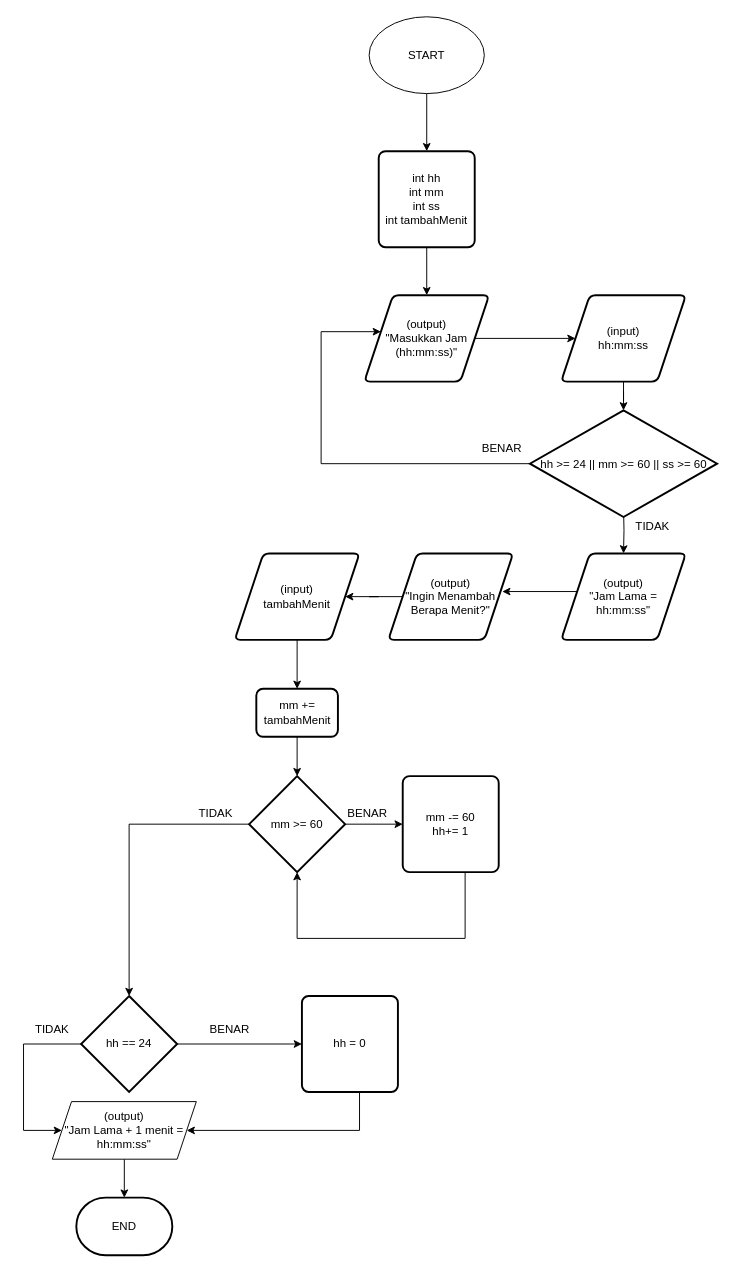
ammarsufyan/HIMTI-LC-D keeps this draw.io diagram as LC Request/Request Pertama/Soal A/Nomor2.drawio. Above is the earlier version. Source tidied: cells renumbered, new cells numbered last; positions are measured from the earlier drawing's top-left corner, leaving out a move shared by most shapes. Both pictures are drawn from the tidied source at 96%, with x=0, y=0 at pixel (23, 16).
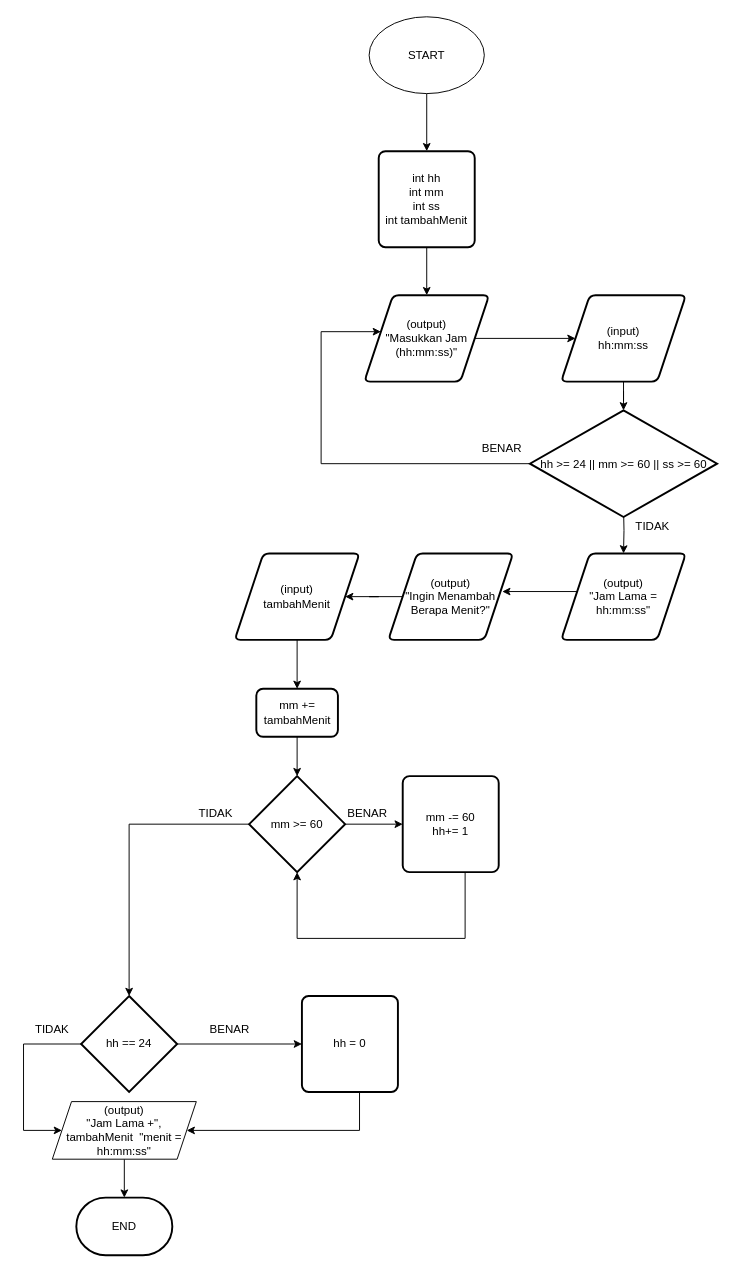
Above is the later version.

Diff of the diagram source:
```diff
@@
-    <mxCell id="25" value="(output)&lt;br&gt;&quot;Jam Lama + 1 menit = hh:mm:ss&quot;" style="shape=parallelogram;perimeter=parallelogramPerimeter;whiteSpace=wrap;html=1;fixedSize=1;" parent="1" vertex="1">
+    <mxCell id="25" value="(output)&lt;br&gt;&quot;Jam Lama +&quot;, tambahMenit&amp;nbsp; &quot;menit = hh:mm:ss&quot;" style="shape=parallelogram;perimeter=parallelogramPerimeter;whiteSpace=wrap;html=1;fixedSize=1;" parent="1" vertex="1">
       <mxGeometry x="30" y="1130" width="150" height="60" as="geometry" />
     </mxCell>
```
